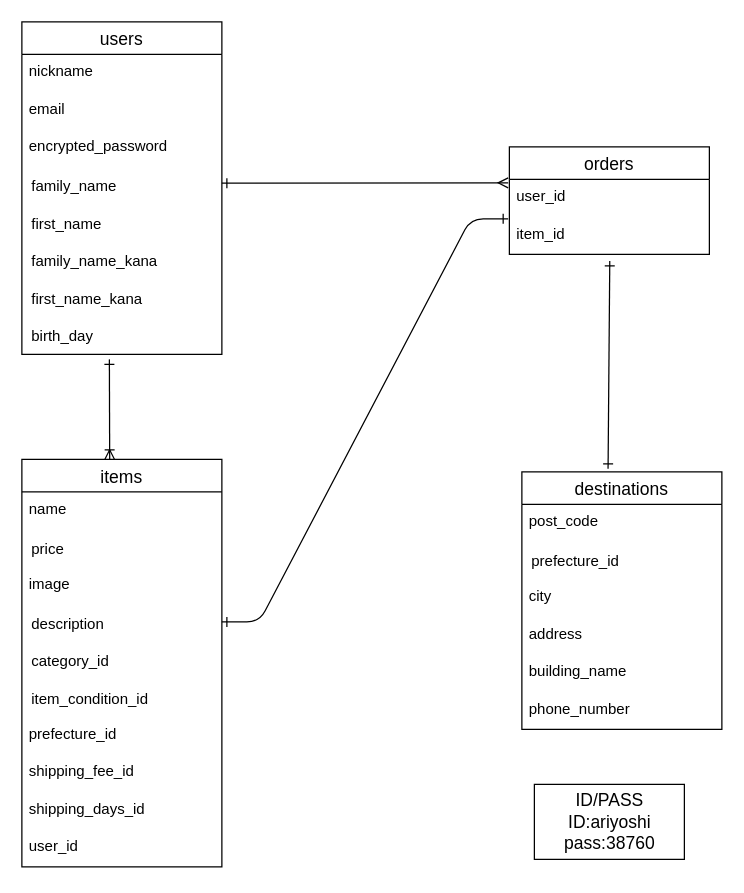
Before: furima.dio in c-ariyoshi/furima-38760, a draw.io diagram. Source tidied: cells renumbered, new cells numbered last; positions are measured from the earlier drawing's top-left corner, leaving out a move shared by most shapes. Both pictures are drawn from the tidied source at 125%, with x=0, y=0 at pixel (21, 21).
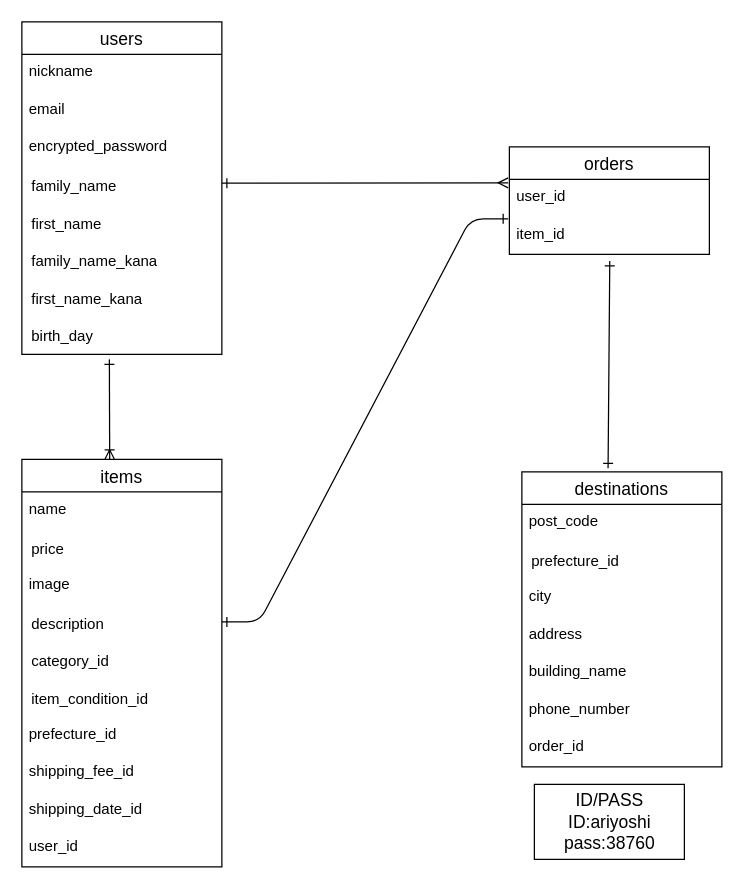
The same page after the edit.

Commit message (it also covers changes not shown here):
データベース設計　修正2

Unchanged cells that the change refers to:
```xml
<mxCell id="18" value="items" style="swimlane;fontStyle=0;horizontal=1;startSize=26;align=center;fontSize=14;" parent="1" vertex="1">
  <mxGeometry y="350" width="160" height="326" as="geometry" />
</mxCell>
```

Change to the diagram source:
```diff
@@
     <mxCell id="11" value="destinations" style="swimlane;fontStyle=0;horizontal=1;startSize=26;align=center;fontSize=14;" parent="1" vertex="1">
-      <mxGeometry x="400" y="360" width="160" height="206" as="geometry" />
+      <mxGeometry x="400" y="360" width="160" height="236" as="geometry" />
     </mxCell>
@@
+    <mxCell id="39" value="order_id" style="text;strokeColor=none;fillColor=none;spacingLeft=4;spacingRight=4;overflow=hidden;fontSize=12;" parent="11" vertex="1">
+      <mxGeometry y="206" width="160" height="30" as="geometry" />
+    </mxCell>
@@
-    <mxCell id="27" value="shipping_days_id" style="text;strokeColor=none;fillColor=none;spacingLeft=4;spacingRight=4;overflow=hidden;fontSize=12;" parent="18" vertex="1">
+    <mxCell id="27" value="shipping_date_id" style="text;strokeColor=none;fillColor=none;spacingLeft=4;spacingRight=4;overflow=hidden;fontSize=12;" parent="18" vertex="1">
       <mxGeometry y="266" width="160" height="30" as="geometry" />
     </mxCell>
```
